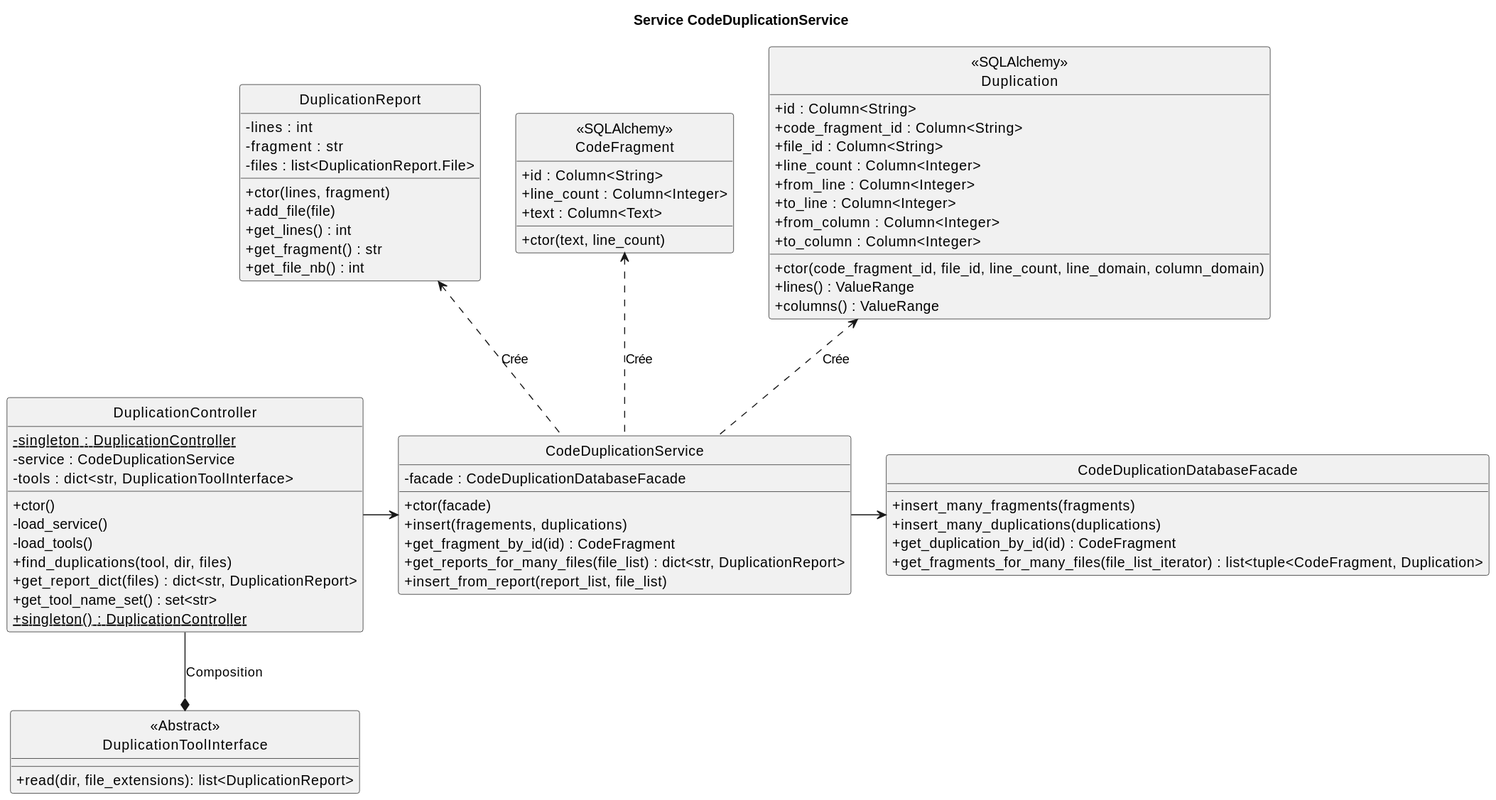
Earlier version of the PlantUML export doc/wiki/puml/duplication_service.svg (CAMaji/technical_debts). The source it was exported from:
```plantuml
@startuml
hide circle
skinparam classAttributeIconSize 0
title Service CodeDuplicationService

class "<<SQLAlchemy>>\nCodeFragment" as CodeFragment {
    + id : Column<String>
    + line_count : Column<Integer>
    + text : Column<Text>
    + ctor(text, line_count)
}

class "<<SQLAlchemy>>\nDuplication" as Duplication {
    + id : Column<String>
    + code_fragment_id : Column<String>
    + file_id : Column<String>
    + line_count : Column<Integer>
    + from_line : Column<Integer>
    + to_line : Column<Integer>
    + from_column : Column<Integer>
    + to_column : Column<Integer>
    + ctor(code_fragment_id, file_id, line_count, line_domain, column_domain)
    + lines() : ValueRange
    + columns() : ValueRange
}

class CodeDuplicationService {
    - facade : CodeDuplicationDatabaseFacade
    + ctor(facade)
    + insert(fragements, duplications)
    + get_fragment_by_id(id) : CodeFragment
    + get_reports_for_many_files(file_list) : dict<str, DuplicationReport>
    + insert_from_report(report_list, file_list)
}

class CodeDuplicationDatabaseFacade {
    + insert_many_fragments(fragments)
    + insert_many_duplications(duplications)
    + get_duplication_by_id(id) : CodeFragment
    + get_fragments_for_many_files(file_list_iterator) : list<tuple<CodeFragment, Duplication>
}

class DuplicationReport {
    - lines : int
    - fragment : str
    - files : list<DuplicationReport.File>
    + ctor(lines, fragment)
    + add_file(file)
    + get_lines() : int
    + get_fragment() : str
    + get_file_nb() : int
}

class DuplicationController {
    - {static} singleton : DuplicationController
    - service : CodeDuplicationService
    - tools : dict<str, DuplicationToolInterface>
    + ctor()
    - load_service()
    - load_tools()
    + find_duplications(tool, dir, files)
    + get_report_dict(files) : dict<str, DuplicationReport>
    + get_tool_name_set() : set<str>
    + {static} singleton() : DuplicationController
}

class "<<Abstract>>\nDuplicationToolInterface" as DuplicationToolInterface {
    + read(dir, file_extensions): list<DuplicationReport>
}

DuplicationController -right-> CodeDuplicationService
DuplicationController -down-* DuplicationToolInterface : "Composition"
CodeDuplicationService -right-> CodeDuplicationDatabaseFacade
CodeDuplicationService .up.> Duplication : "Crée"
CodeDuplicationService .up.> CodeFragment : "Crée"
CodeDuplicationService .up.> DuplicationReport : "Crée"
@enduml
```
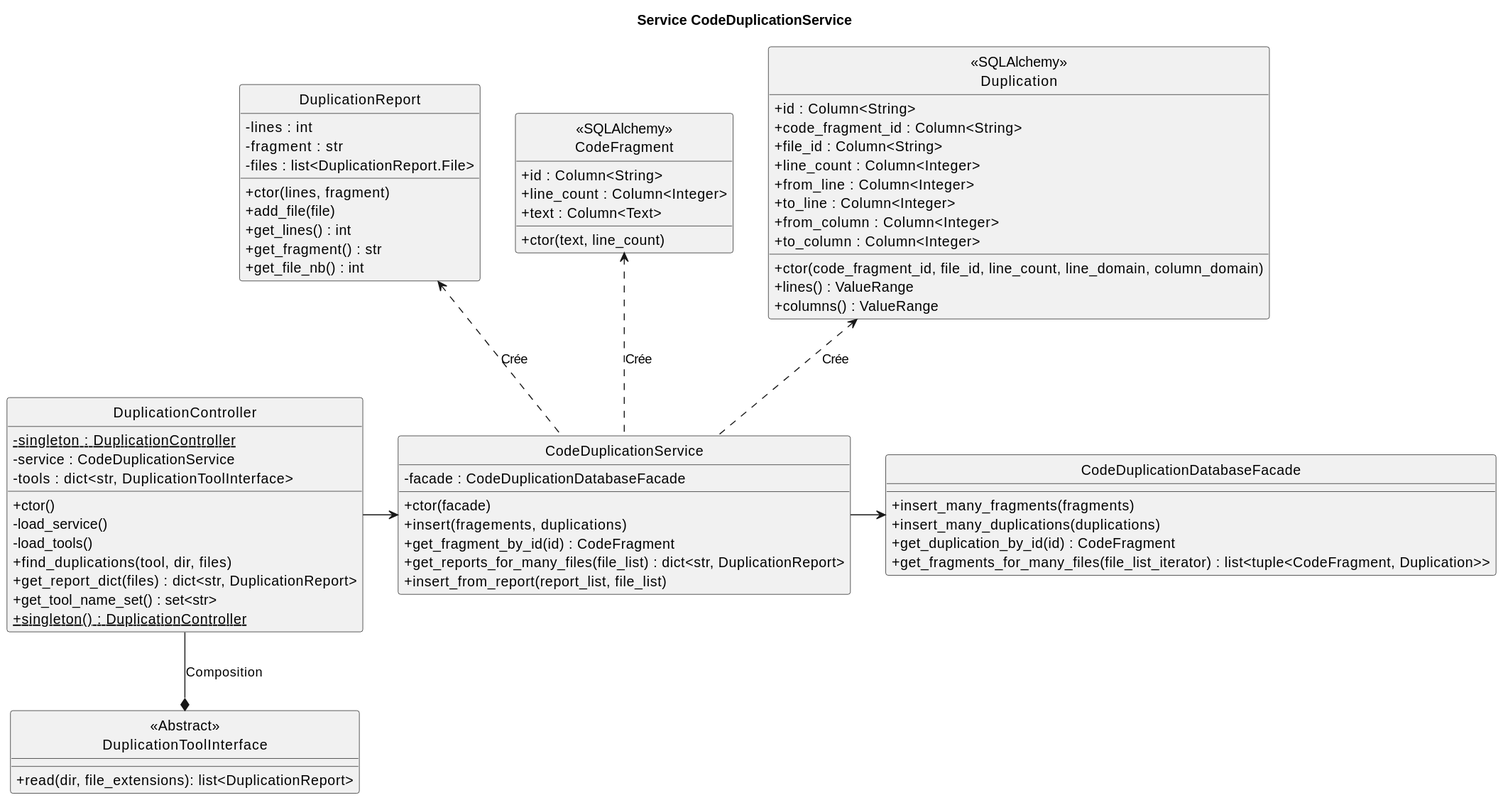
After the commit.

Commit message:
doc duplication - transmission donnees

The edit, as a diff of the source:
```diff
@@ -37,7 +37,7 @@
     + insert_many_fragments(fragments)
     + insert_many_duplications(duplications)
     + get_duplication_by_id(id) : CodeFragment
-    + get_fragments_for_many_files(file_list_iterator) : list<tuple<CodeFragment, Duplication>
+    + get_fragments_for_many_files(file_list_iterator) : list<tuple<CodeFragment, Duplication>>
 }
 
 class DuplicationReport {
```
